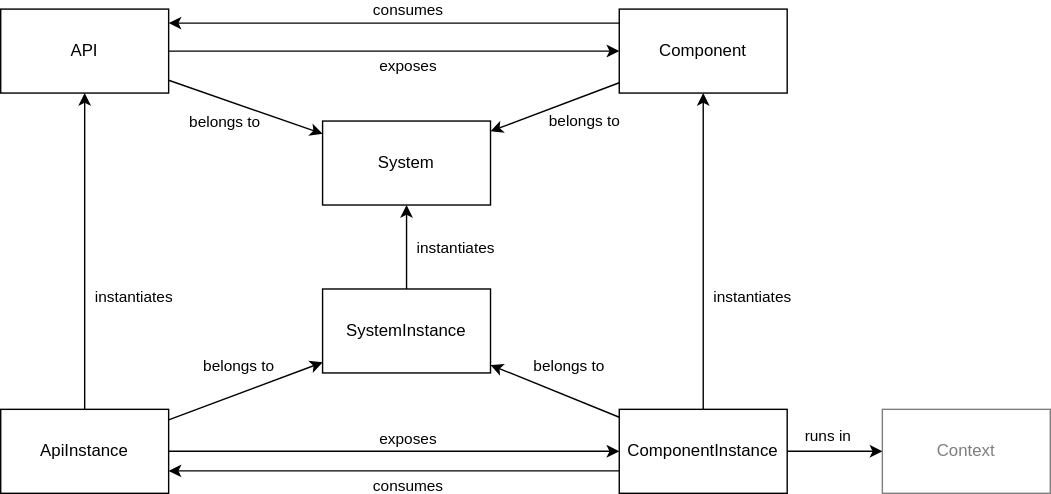
Before: content/docs/model/images/p1-structure.svg, a diagram exported from draw.io (emeland-io/book). Source tidied: cells renumbered, new cells last; positions are measured from the earlier drawing's top-left corner, leaving out a move shared by most shapes. Its diagram source:
```xml
<mxGraphModel>
  <root>
    <mxCell id="0" />
    <mxCell id="1" parent="0" />
    <mxCell id="2" value="System" style="rounded=0;whiteSpace=wrap;html=1;" parent="1" vertex="1">
      <mxGeometry x="230" y="80" width="120" height="60" as="geometry" />
    </mxCell>
    <mxCell id="3" style="edgeStyle=none;html=1;" parent="1" edge="1" source="7" target="2">
      <mxGeometry relative="1" as="geometry" />
    </mxCell>
    <mxCell id="4" value="belongs to" style="edgeLabel;html=1;align=center;verticalAlign=middle;" parent="3" vertex="1">
      <mxGeometry x="0.02" relative="1" as="geometry">
        <mxPoint x="-16" y="10" as="offset" />
      </mxGeometry>
    </mxCell>
    <mxCell id="5" style="edgeStyle=none;html=1;" parent="1" edge="1" source="7" target="26">
      <mxGeometry relative="1" as="geometry" />
    </mxCell>
    <mxCell id="6" value="exposes" style="edgeLabel;html=1;align=center;verticalAlign=middle;" parent="5" vertex="1">
      <mxGeometry x="0.27" relative="1" as="geometry">
        <mxPoint x="-35" y="10" as="offset" />
      </mxGeometry>
    </mxCell>
    <mxCell id="7" value="API" style="rounded=0;whiteSpace=wrap;html=1;" parent="1" vertex="1">
      <mxGeometry width="120" height="60" as="geometry" />
    </mxCell>
    <mxCell id="8" style="edgeStyle=none;html=1;" parent="1" edge="1" source="14" target="7">
      <mxGeometry relative="1" as="geometry" />
    </mxCell>
    <mxCell id="9" value="instantiates" style="edgeLabel;html=1;align=center;verticalAlign=middle;" parent="8" vertex="1">
      <mxGeometry x="-0.16" y="-2" relative="1" as="geometry">
        <mxPoint x="32" y="14" as="offset" />
      </mxGeometry>
    </mxCell>
    <mxCell id="10" style="edgeStyle=none;html=1;" parent="1" edge="1" source="14" target="27">
      <mxGeometry relative="1" as="geometry" />
    </mxCell>
    <mxCell id="11" value="belongs to" style="edgeLabel;html=1;align=center;verticalAlign=middle;" parent="10" vertex="1">
      <mxGeometry x="0.09" y="1" relative="1" as="geometry">
        <mxPoint x="-10" y="-16" as="offset" />
      </mxGeometry>
    </mxCell>
    <mxCell id="12" style="edgeStyle=none;html=1;" parent="1" edge="1" source="14" target="21">
      <mxGeometry relative="1" as="geometry" />
    </mxCell>
    <mxCell id="13" value="exposes" style="edgeLabel;html=1;align=center;verticalAlign=middle;" parent="12" vertex="1">
      <mxGeometry x="-0.3" relative="1" as="geometry">
        <mxPoint x="58" y="-10" as="offset" />
      </mxGeometry>
    </mxCell>
    <mxCell id="14" value="ApiInstance" style="rounded=0;whiteSpace=wrap;html=1;" parent="1" vertex="1">
      <mxGeometry y="286" width="120" height="60" as="geometry" />
    </mxCell>
    <mxCell id="15" style="edgeStyle=none;html=1;" parent="1" edge="1" source="21" target="27">
      <mxGeometry relative="1" as="geometry" />
    </mxCell>
    <mxCell id="16" value="belongs to" style="edgeLabel;html=1;align=center;verticalAlign=middle;" parent="15" vertex="1">
      <mxGeometry x="0.09" y="-1" relative="1" as="geometry">
        <mxPoint x="13" y="-16" as="offset" />
      </mxGeometry>
    </mxCell>
    <mxCell id="17" style="edgeStyle=orthogonalEdgeStyle;html=1;curved=1;" parent="1" edge="1" source="21" target="14">
      <mxGeometry relative="1" as="geometry">
        <Array as="points">
          <mxPoint x="280" y="330" />
          <mxPoint x="280" y="330" />
        </Array>
      </mxGeometry>
    </mxCell>
    <mxCell id="18" value="consumes" style="edgeLabel;html=1;align=center;verticalAlign=middle;" parent="17" vertex="1">
      <mxGeometry x="0.24" y="-2" relative="1" as="geometry">
        <mxPoint x="47" y="12" as="offset" />
      </mxGeometry>
    </mxCell>
    <mxCell id="19" style="edgeStyle=none;html=1;" parent="1" edge="1" source="21" target="32">
      <mxGeometry relative="1" as="geometry" />
    </mxCell>
    <mxCell id="20" value="runs in" style="edgeLabel;html=1;align=center;verticalAlign=middle;" parent="19" vertex="1">
      <mxGeometry x="-0.29" y="1" relative="1" as="geometry">
        <mxPoint x="4" y="-11" as="offset" />
      </mxGeometry>
    </mxCell>
    <mxCell id="21" value="ComponentInstance" style="rounded=0;whiteSpace=wrap;html=1;" parent="1" vertex="1">
      <mxGeometry x="442" y="286" width="120" height="60" as="geometry" />
    </mxCell>
    <mxCell id="22" style="edgeStyle=none;html=1;" parent="1" edge="1" source="26" target="2">
      <mxGeometry relative="1" as="geometry" />
    </mxCell>
    <mxCell id="23" value="belongs to" style="edgeLabel;html=1;align=center;verticalAlign=middle;" parent="22" vertex="1">
      <mxGeometry x="-0.25" y="1" relative="1" as="geometry">
        <mxPoint x="9" y="13" as="offset" />
      </mxGeometry>
    </mxCell>
    <mxCell id="24" style="html=1;edgeStyle=orthogonalEdgeStyle;curved=1;" parent="1" edge="1" source="26" target="7">
      <mxGeometry relative="1" as="geometry">
        <Array as="points">
          <mxPoint x="290" y="10" />
          <mxPoint x="290" y="10" />
        </Array>
      </mxGeometry>
    </mxCell>
    <mxCell id="25" value="consumes" style="edgeLabel;html=1;align=center;verticalAlign=middle;" parent="24" vertex="1">
      <mxGeometry x="0.02" y="-1" relative="1" as="geometry">
        <mxPoint x="12" y="-9" as="offset" />
      </mxGeometry>
    </mxCell>
    <mxCell id="26" value="Component" style="rounded=0;whiteSpace=wrap;html=1;" parent="1" vertex="1">
      <mxGeometry x="442" width="120" height="60" as="geometry" />
    </mxCell>
    <mxCell id="27" value="SystemInstance" style="rounded=0;whiteSpace=wrap;html=1;" parent="1" vertex="1">
      <mxGeometry x="230" y="200" width="120" height="60" as="geometry" />
    </mxCell>
    <mxCell id="28" style="edgeStyle=none;html=1;" parent="1" edge="1" source="21" target="26">
      <mxGeometry relative="1" as="geometry" />
    </mxCell>
    <mxCell id="29" value="instantiates" style="edgeLabel;html=1;align=center;verticalAlign=middle;" parent="28" vertex="1">
      <mxGeometry x="-0.16" y="-2" relative="1" as="geometry">
        <mxPoint x="32" y="14" as="offset" />
      </mxGeometry>
    </mxCell>
    <mxCell id="30" style="edgeStyle=none;html=1;" parent="1" edge="1" source="27" target="2">
      <mxGeometry relative="1" as="geometry" />
    </mxCell>
    <mxCell id="31" value="instantiates" style="edgeLabel;html=1;align=center;verticalAlign=middle;" parent="30" vertex="1">
      <mxGeometry x="-0.16" y="-2" relative="1" as="geometry">
        <mxPoint x="32" y="-5" as="offset" />
      </mxGeometry>
    </mxCell>
    <mxCell id="32" value="Context" style="rounded=0;whiteSpace=wrap;html=1;opacity=50;textOpacity=50;" parent="1" vertex="1">
      <mxGeometry x="630" y="286" width="120" height="60" as="geometry" />
    </mxCell>
  </root>
</mxGraphModel>
```
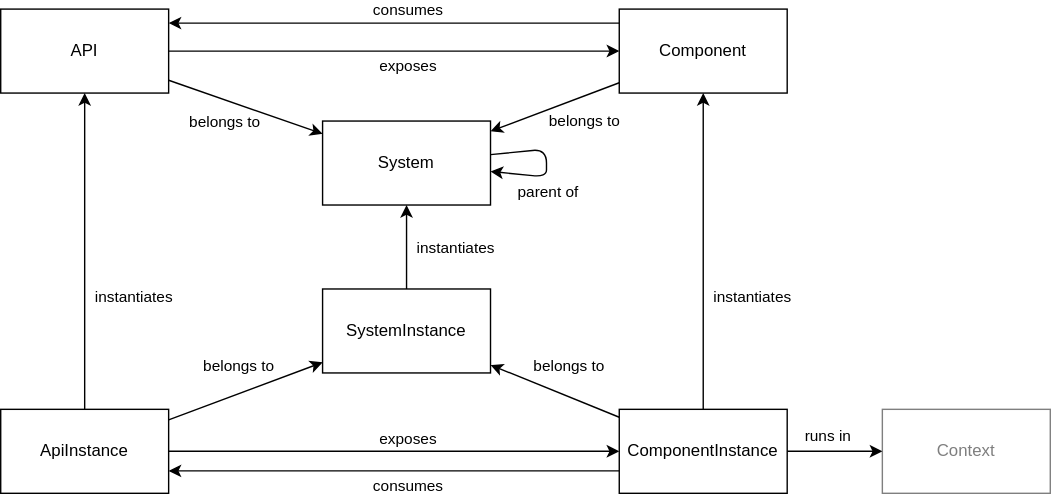
The same file after the commit.

The edit, as a diff of the source:
```diff
@@ -129,5 +129,17 @@
     <mxCell id="32" value="Context" style="rounded=0;whiteSpace=wrap;html=1;opacity=50;textOpacity=50;" parent="1" vertex="1">
       <mxGeometry x="630" y="286" width="120" height="60" as="geometry" />
     </mxCell>
+    <mxCell id="33" style="edgeStyle=none;html=1;elbow=vertical;" parent="1" edge="1" source="2" target="2">
+      <mxGeometry relative="1" as="geometry">
+        <Array as="points">
+          <mxPoint x="390" y="110" />
+        </Array>
+      </mxGeometry>
+    </mxCell>
+    <mxCell id="34" value="parent of" style="edgeLabel;html=1;align=center;verticalAlign=middle;" parent="33" vertex="1">
+      <mxGeometry x="0.54" y="-1" relative="1" as="geometry">
+        <mxPoint x="17" y="13" as="offset" />
+      </mxGeometry>
+    </mxCell>
   </root>
 </mxGraphModel>
```
